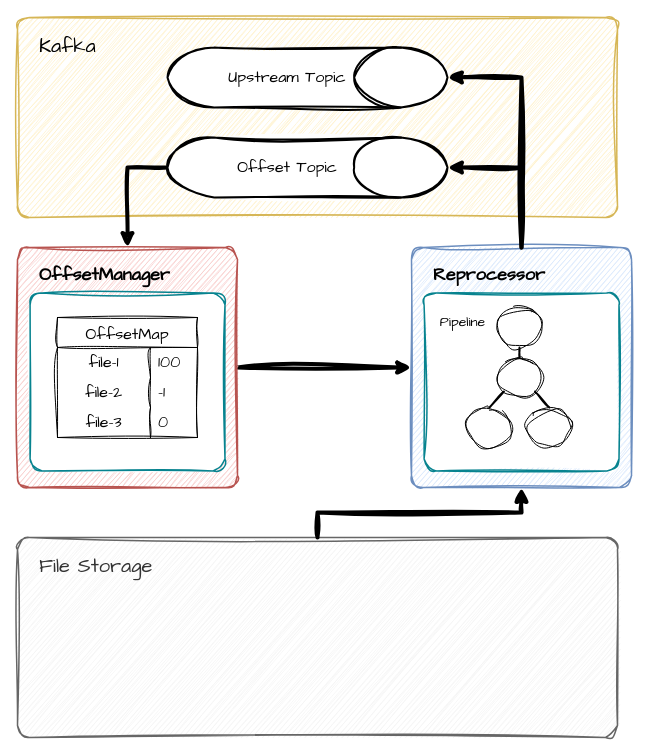
milkcoke/source-connect keeps this draw.io diagram as page "Architecture" (1 of 5) of docs/source-connect.drawio. Above is the earlier version. Source tidied: cells renumbered, new cells numbered last; positions are measured from the earlier drawing's top-left corner, leaving out a move shared by most shapes. Both pictures are drawn from the tidied source at 100%, with x=0, y=0 at pixel (17, -63).
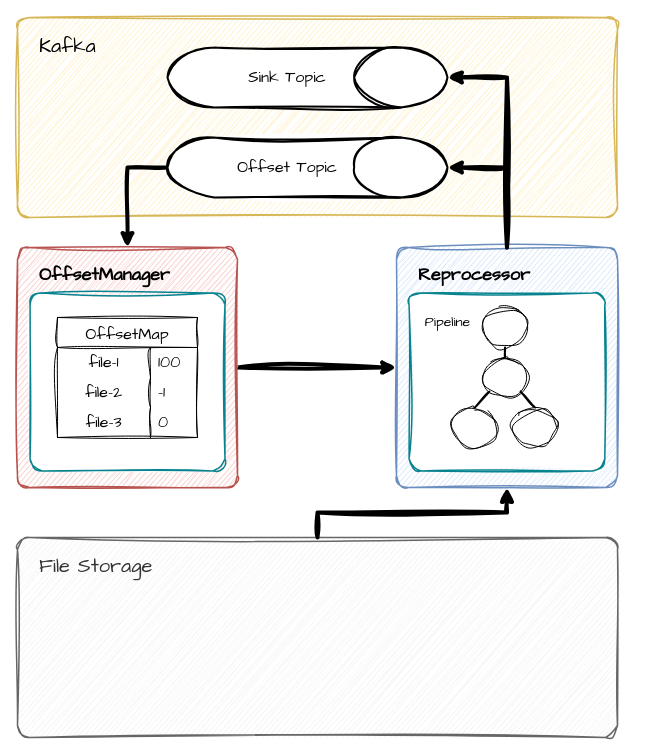
The same diagram, later.

The edit, as a diff of the source:
```diff
@@
     <mxCell id="15" value="&lt;span style=&quot;font-size: 18px;&quot;&gt;Reprocessor&lt;/span&gt;" style="rounded=1;whiteSpace=wrap;html=1;strokeColor=#6c8ebf;fillColor=#dae8fc;arcSize=24;absoluteArcSize=1;imageWidth=64;imageHeight=64;strokeWidth=1.5;verticalAlign=top;align=left;fontSize=16;fontStyle=1;spacingTop=10;spacingLeft=20;sketch=1;hachureGap=4;jiggle=2;curveFitting=1;fontFamily=Architects Daughter;" parent="1" vertex="1">
-      <mxGeometry x="394" y="310" width="220" height="240" as="geometry" />
+      <mxGeometry x="379" y="310" width="221" height="240" as="geometry" />
     </mxCell>
     <mxCell id="16" style="rounded=1;whiteSpace=wrap;html=1;strokeColor=#07838F;fillColor=#ffffff;arcSize=24;absoluteArcSize=1;imageWidth=64;imageHeight=64;strokeWidth=1.5;sketch=1;hachureGap=4;jiggle=2;curveFitting=1;fontFamily=Architects Daughter;" parent="15" vertex="1">
-      <mxGeometry x="12.6" y="45.5" width="194.9" height="177.9" as="geometry" />
+      <mxGeometry x="12.6" y="45.5" width="195.7" height="177.9" as="geometry" />
     </mxCell>
     <mxCell id="17" style="ellipse;whiteSpace=wrap;html=1;sketch=1;hachureGap=4;jiggle=2;curveFitting=1;fontFamily=Architects Daughter;fontSize=11;fontColor=default;labelBackgroundColor=default;" parent="15" vertex="1">
-      <mxGeometry x="86" y="60" width="44" height="40" as="geometry" />
+      <mxGeometry x="86.4" y="60" width="44.2" height="40" as="geometry" />
     </mxCell>
     <mxCell id="18" style="ellipse;whiteSpace=wrap;html=1;sketch=1;hachureGap=4;jiggle=2;curveFitting=1;fontFamily=Architects Daughter;fontSize=11;fontColor=default;labelBackgroundColor=default;" parent="15" vertex="1">
-      <mxGeometry x="86" y="110" width="44" height="40" as="geometry" />
+      <mxGeometry x="86.4" y="110" width="44.2" height="40" as="geometry" />
     </mxCell>
     <mxCell id="19" style="ellipse;whiteSpace=wrap;html=1;sketch=1;hachureGap=4;jiggle=2;curveFitting=1;fontFamily=Architects Daughter;fontSize=11;fontColor=default;labelBackgroundColor=default;" parent="15" vertex="1">
-      <mxGeometry x="56" y="160" width="44" height="40" as="geometry" />
+      <mxGeometry x="56.3" y="160" width="44.2" height="40" as="geometry" />
     </mxCell>
     <mxCell id="20" style="ellipse;whiteSpace=wrap;html=1;sketch=1;hachureGap=4;jiggle=2;curveFitting=1;fontFamily=Architects Daughter;fontSize=11;fontColor=default;labelBackgroundColor=default;" parent="15" vertex="1">
-      <mxGeometry x="116" y="160" width="44" height="40" as="geometry" />
+      <mxGeometry x="116.5" y="160" width="44.2" height="40" as="geometry" />
     </mxCell>
@@
     <mxCell id="24" value="&lt;font&gt;Pipeline&lt;/font&gt;" style="text;html=1;align=center;verticalAlign=middle;strokeColor=none;fillColor=none;fontFamily=Architects Daughter;fontSize=14;fontColor=default;labelBackgroundColor=default;" parent="15" vertex="1">
-      <mxGeometry x="16" y="60" width="70" height="30" as="geometry" />
+      <mxGeometry x="16.1" y="60" width="70" height="30" as="geometry" />
     </mxCell>
@@
-    <mxCell id="28" value="&lt;font style=&quot;font-size: 16px;&quot;&gt;Upstream Topic&lt;/font&gt;" style="strokeWidth=2;html=1;shape=mxgraph.flowchart.database;whiteSpace=wrap;sketch=1;hachureGap=4;jiggle=2;curveFitting=1;fontFamily=Architects Daughter;rotation=90;horizontal=0;spacingRight=40;" parent="1" vertex="1">
+    <mxCell id="28" value="&lt;font style=&quot;font-size: 16px;&quot;&gt;Sink Topic&lt;/font&gt;" style="strokeWidth=2;html=1;shape=mxgraph.flowchart.database;whiteSpace=wrap;sketch=1;hachureGap=4;jiggle=2;curveFitting=1;fontFamily=Architects Daughter;rotation=90;horizontal=0;spacingRight=40;" parent="1" vertex="1">
       <mxGeometry x="260" width="60" height="280" as="geometry" />
     </mxCell>
```
